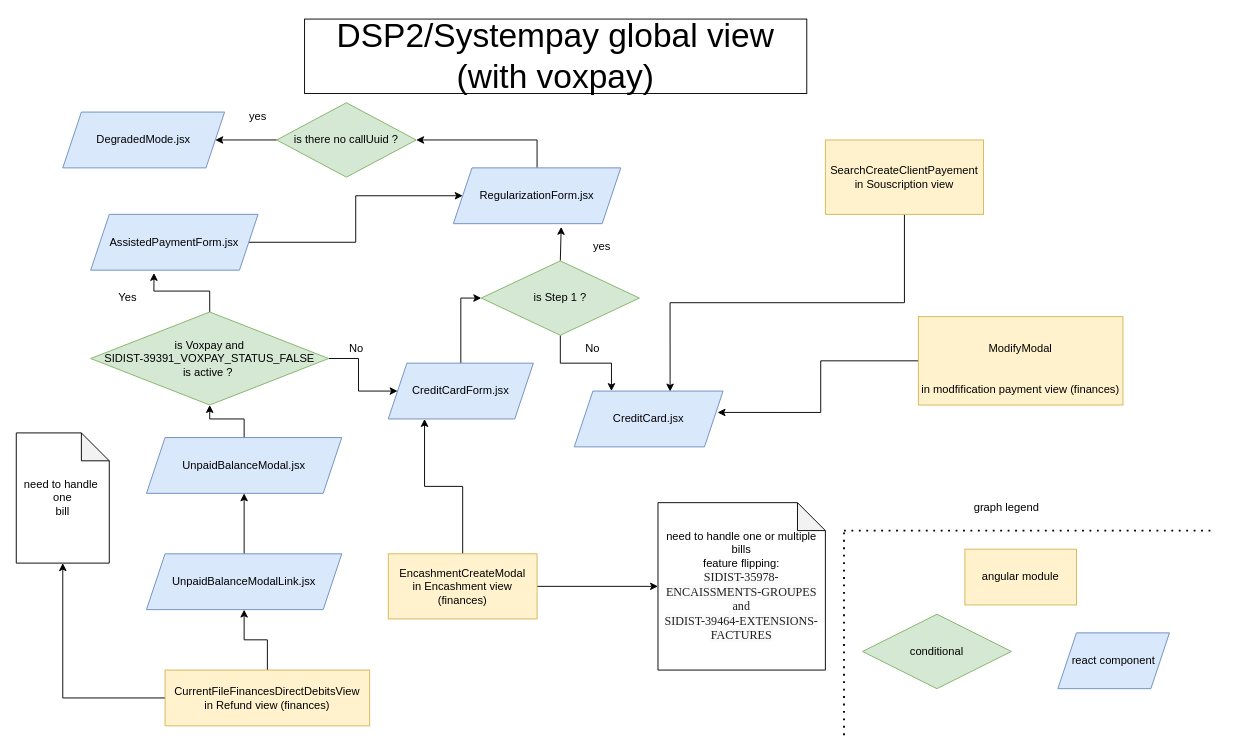
Earlier version of the draw.io diagram page "Page-1" (1 of 2) of Diagramme sans nom.drawio (clemgbld/Diagram). Source tidied: cells renumbered, new cells numbered last; positions are measured from the earlier drawing's top-left corner, leaving out a move shared by most shapes. Both pictures are drawn from the tidied source at 93%, with x=0, y=0 at pixel (16, 19).
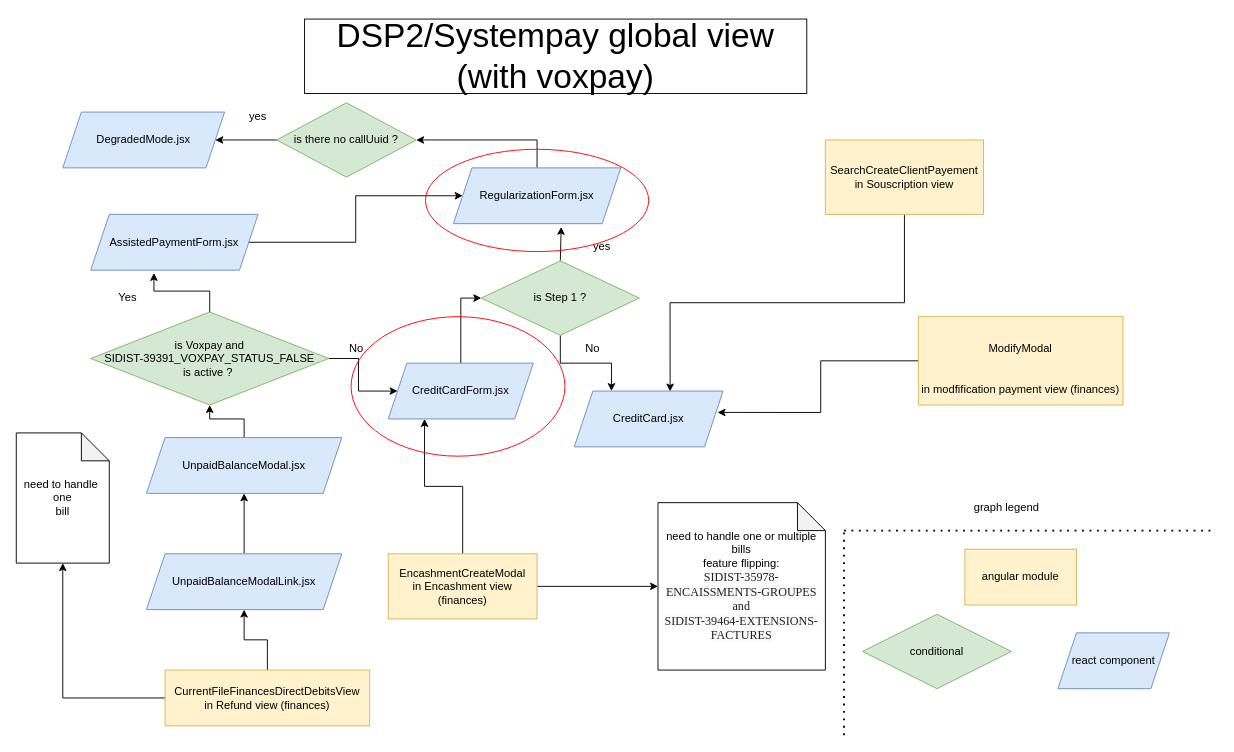
The same page after the edit.

Commit message:
Mettre à jour Diagramme sans nom.drawio

Diff of the diagram source:
```diff
@@
+    <mxCell id="46" style="ellipse;whiteSpace=wrap;html=1;fontSize=12;fillColor=none;strokeColor=#FF0000;" parent="1" vertex="1">
+      <mxGeometry x="360" y="320" width="230" height="150" as="geometry" />
+    </mxCell>
+    <mxCell id="47" style="ellipse;whiteSpace=wrap;html=1;fontSize=12;fillColor=none;strokeColor=#FF0000;" parent="1" vertex="1">
+      <mxGeometry x="440" y="140" width="240" height="110" as="geometry" />
+    </mxCell>
```
